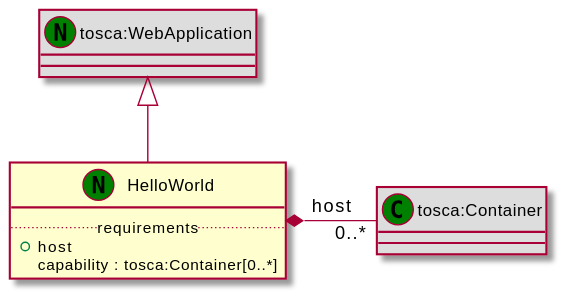
The PlantUML diagram examples/ariatosca/diagrams/uml2/hello-world-uml2-class-diagram.svg in Orange-OpenSource/Cloudnet-TOSCA-toolbox, before a commit.
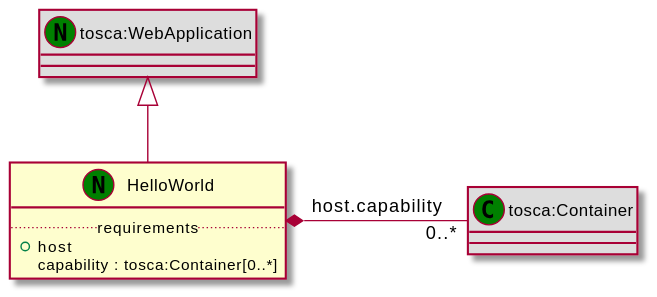
After the commit.

What changed in the source:
```diff
@@ -1,12 +1,12 @@
 @startuml
 set namespaceSeparator none
-class "tosca:WebApplication" << (N,green) >> #DDDDDD
-"tosca:WebApplication" <|-- "HelloWorld"
-class "HelloWorld" << (N,green) >> {
+class "tosca:WebApplication" as tosca_WebApplication_NT << (N,green) >> #DDDDDD
+class "HelloWorld" as HelloWorld_NT << (N,green) >> {
 .. requirements ..
 +host
  capability : tosca:Container[0..*]
 }
-class "tosca:Container" << (C,green) >> #DDDDDD
-"HelloWorld" *- "0..*" "tosca:Container" : host
+class "tosca:Container" as tosca_Container_CT << (C,green) >> #DDDDDD
+tosca_WebApplication_NT <|-- HelloWorld_NT
+HelloWorld_NT *- "0..*" tosca_Container_CT : host.capability
 @enduml
```
